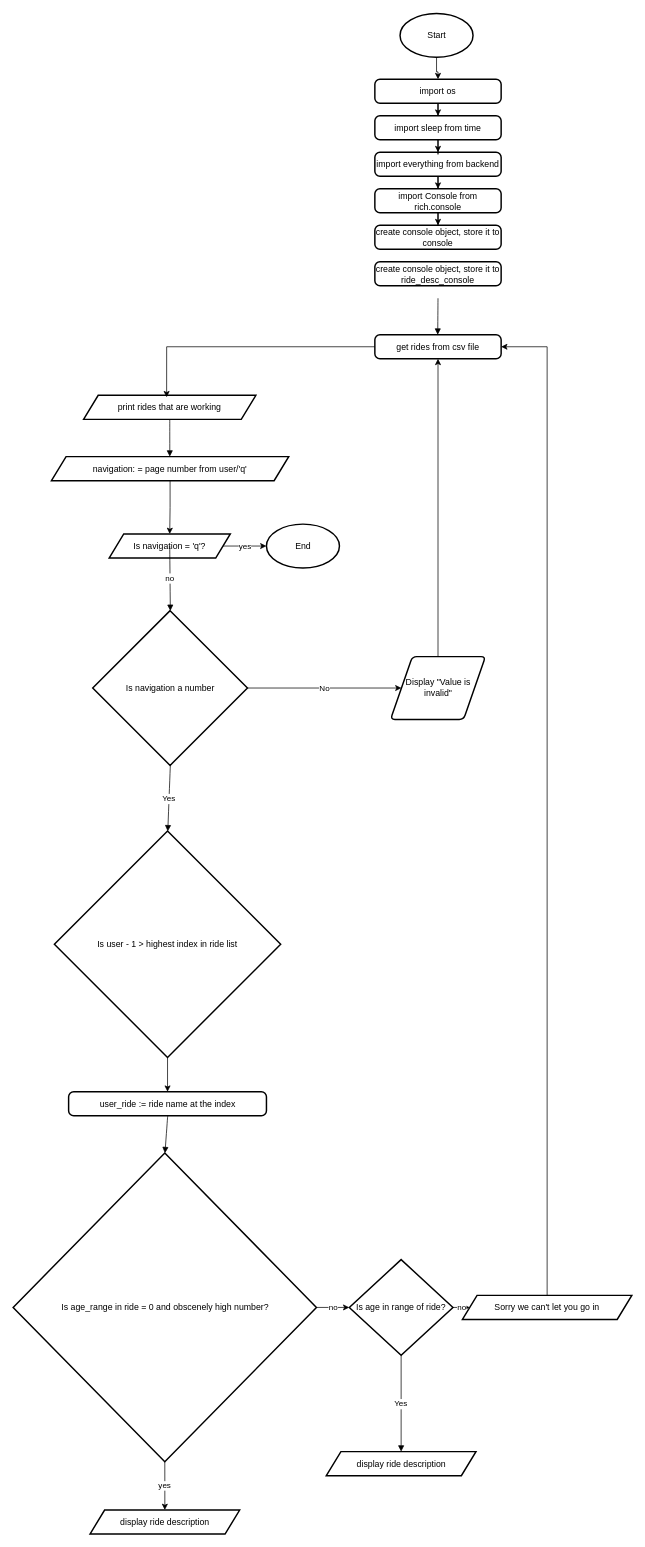
Earlier version of the draw.io diagram Error Journaling/Untitled Diagram.drawio (asdcf35/classwork). Source tidied: cells renumbered, new cells numbered last; positions are measured from the earlier drawing's top-left corner, leaving out a move shared by most shapes. Both pictures are drawn from the tidied source at 73%, with x=0, y=0 at pixel (12, 13).
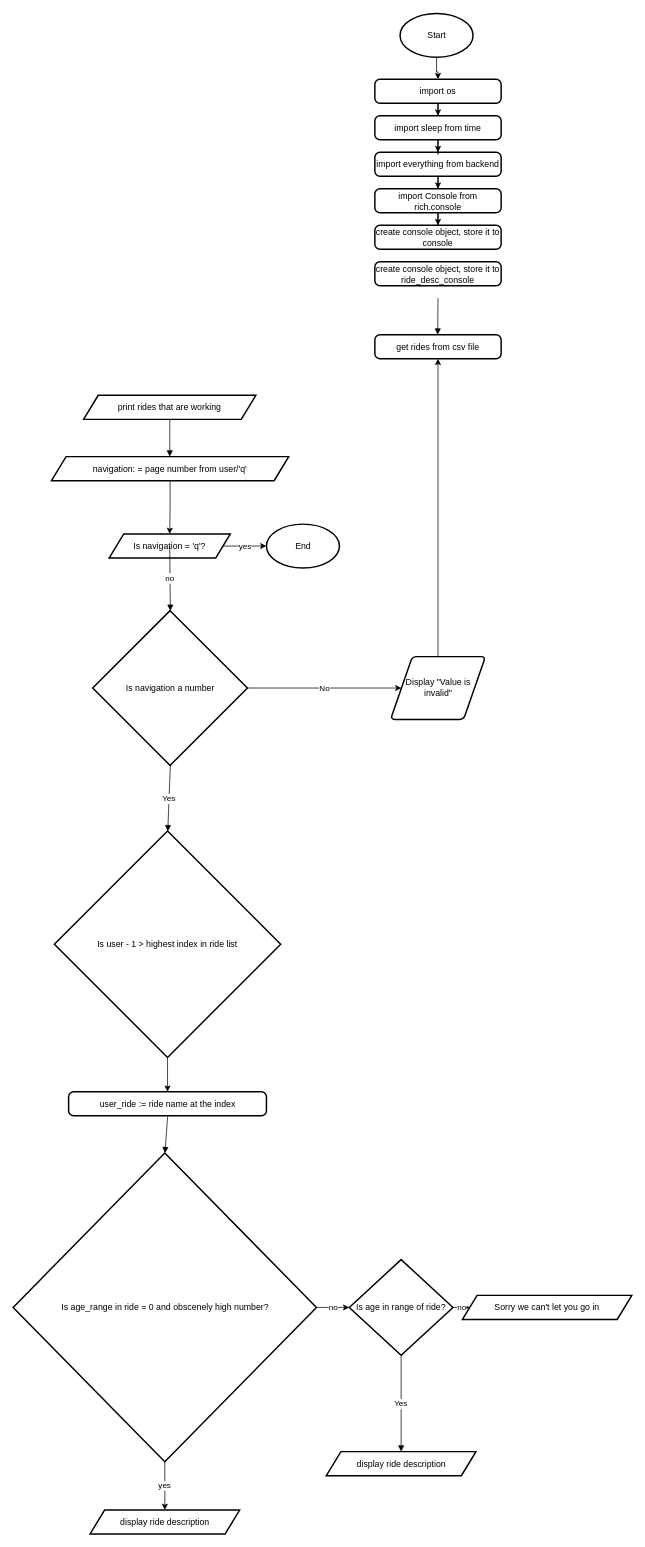
The same page after the edit.

The change refers to these unchanged cells:
```xml
<mxCell id="2" value="get rides from csv file" style="rounded=1;absoluteArcSize=1;arcSize=14;whiteSpace=wrap;strokeWidth=2;" parent="1" vertex="1">
  <mxGeometry x="496" y="440" width="173" height="33" as="geometry" />
</mxCell>
<mxCell id="3" value="print rides that are working" style="shape=parallelogram;perimeter=parallelogramPerimeter;fixedSize=1;strokeWidth=2;whiteSpace=wrap;" parent="1" vertex="1">
  <mxGeometry x="97" y="523" width="236" height="33" as="geometry" />
</mxCell>
<mxCell id="21" value="Sorry we can't let you go in" style="shape=parallelogram;perimeter=parallelogramPerimeter;fixedSize=1;strokeWidth=2;whiteSpace=wrap;" parent="1" vertex="1">
  <mxGeometry x="616" y="1756" width="232" height="33" as="geometry" />
</mxCell>
```

Change to the diagram source:
```diff
@@
-    <mxCell id="20" style="edgeStyle=orthogonalEdgeStyle;rounded=0;jettySize=auto;html=1;entryX=1;entryY=0.5;entryDx=0;entryDy=0;" parent="1" edge="1" source="21" target="2">
-      <mxGeometry relative="1" as="geometry" />
-    </mxCell>
@@
-    <mxCell id="31" style="edgeStyle=orthogonalEdgeStyle;rounded=0;jettySize=auto;html=1;entryX=0.482;entryY=0.082;entryDx=0;entryDy=0;entryPerimeter=0;" parent="1" edge="1" source="2" target="3">
-      <mxGeometry relative="1" as="geometry" />
-    </mxCell>
```
